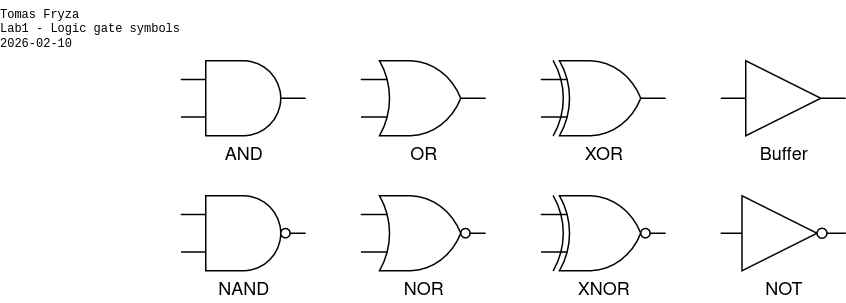
The draw.io diagram lab1-gates/images/gates.png in tomas-fryza/verilog-examples, before a commit. Source tidied: cells renumbered, new cells last; positions are measured from the earlier drawing's top-left corner, leaving out a move shared by most shapes.
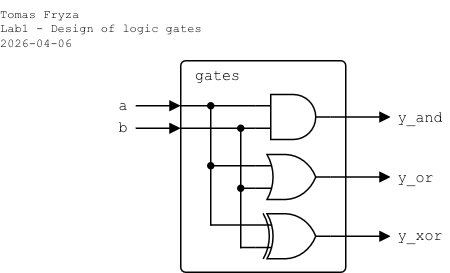
After the commit.

Diff of the diagram source:
```diff
@@ -2,32 +2,112 @@
   <root>
     <mxCell id="0" />
     <mxCell id="1" parent="0" />
-    <mxCell id="2" value="AND" style="verticalLabelPosition=bottom;shadow=0;dashed=0;align=center;html=1;verticalAlign=top;shape=mxgraph.electrical.logic_gates.logic_gate;operation=and;" parent="1" vertex="1">
-      <mxGeometry x="120" y="40" width="83.3" height="50" as="geometry" />
+    <mxCell id="2" value="gates" style="rounded=1;arcSize=3;whiteSpace=wrap;html=1;align=left;verticalAlign=top;fontFamily=Courier New;absoluteArcSize=0;fillColor=none;fontSize=10;spacingLeft=10;imageHeight=24;spacing=0;" parent="1" vertex="1">
+      <mxGeometry x="-640" y="-1121" width="110" height="141" as="geometry" />
     </mxCell>
-    <mxCell id="3" value="XOR" style="verticalLabelPosition=bottom;shadow=0;dashed=0;align=center;html=1;verticalAlign=top;shape=mxgraph.electrical.logic_gates.logic_gate;operation=xor;" parent="1" vertex="1">
-      <mxGeometry x="360" y="40" width="83.3" height="50" as="geometry" />
+    <mxCell id="3" style="verticalLabelPosition=bottom;shadow=0;dashed=0;align=center;html=1;verticalAlign=top;shape=mxgraph.electrical.logic_gates.logic_gate;operation=xor;" parent="1" vertex="1">
+      <mxGeometry x="-590" y="-1019" width="50" height="30" as="geometry" />
     </mxCell>
-    <mxCell id="4" value="XNOR" style="verticalLabelPosition=bottom;shadow=0;dashed=0;align=center;html=1;verticalAlign=top;shape=mxgraph.electrical.logic_gates.logic_gate;operation=xor;negating=1;negSize=0.15;" parent="1" vertex="1">
-      <mxGeometry x="360" y="130" width="83.3" height="50" as="geometry" />
+    <mxCell id="4" value="a" style="text;html=1;align=right;verticalAlign=middle;whiteSpace=wrap;rounded=0;fontFamily=Courier New;fontSize=10;fillOpacity=100;spacing=0;spacingLeft=0;spacingRight=5;" parent="1" vertex="1">
+      <mxGeometry x="-690" y="-1101" width="20" height="20" as="geometry" />
     </mxCell>
-    <mxCell id="5" value="NOR" style="verticalLabelPosition=bottom;shadow=0;dashed=0;align=center;html=1;verticalAlign=top;shape=mxgraph.electrical.logic_gates.logic_gate;operation=or;negating=1;negSize=0.15;" parent="1" vertex="1">
-      <mxGeometry x="240" y="130" width="83.3" height="50" as="geometry" />
+    <mxCell id="5" style="endArrow=none;html=1;rounded=0;endFill=0;endSize=5;startSize=5;entryX=0;entryY=0.25;entryDx=0;entryDy=0;entryPerimeter=0;" parent="1" edge="1" target="8">
+      <mxGeometry relative="1" as="geometry">
+        <mxPoint x="-640" y="-1091" as="sourcePoint" />
+      </mxGeometry>
     </mxCell>
-    <mxCell id="6" value="OR" style="verticalLabelPosition=bottom;shadow=0;dashed=0;align=center;html=1;verticalAlign=top;shape=mxgraph.electrical.logic_gates.logic_gate;operation=or;" parent="1" vertex="1">
-      <mxGeometry x="240" y="40" width="83.3" height="50" as="geometry" />
+    <mxCell id="6" style="endArrow=block;html=1;rounded=0;endFill=1;endSize=5;startSize=5;spacing=0;" parent="1" edge="1">
+      <mxGeometry relative="1" as="geometry">
+        <mxPoint x="-670" y="-1091" as="sourcePoint" />
+        <mxPoint x="-640" y="-1091" as="targetPoint" />
+      </mxGeometry>
     </mxCell>
-    <mxCell id="7" value="NAND" style="verticalLabelPosition=bottom;shadow=0;dashed=0;align=center;html=1;verticalAlign=top;shape=mxgraph.electrical.logic_gates.logic_gate;operation=and;negating=1;negSize=0.15;" parent="1" vertex="1">
-      <mxGeometry x="120" y="130" width="83.3" height="50" as="geometry" />
+    <mxCell id="7" value="&lt;div&gt;Tomas Fryza&lt;/div&gt;&lt;div&gt;Lab1 - Design of logic gates&lt;/div&gt;&lt;div&gt;2026-04-06&lt;/div&gt;" style="text;html=1;align=left;verticalAlign=top;whiteSpace=wrap;rounded=0;fontFamily=Courier New;fontSize=8;fillOpacity=100;spacing=0;spacingLeft=0;labelPosition=center;verticalLabelPosition=middle;" parent="1" vertex="1">
+      <mxGeometry x="-760" y="-1161" width="170" height="40" as="geometry" />
     </mxCell>
-    <mxCell id="8" value="NOT" style="verticalLabelPosition=bottom;shadow=0;dashed=0;align=center;html=1;verticalAlign=top;shape=mxgraph.electrical.logic_gates.inverter_2;" parent="1" vertex="1">
-      <mxGeometry x="480" y="130" width="83.3" height="50" as="geometry" />
+    <mxCell id="8" style="verticalLabelPosition=bottom;shadow=0;dashed=0;align=center;html=1;verticalAlign=top;shape=mxgraph.electrical.logic_gates.logic_gate;operation=and;" parent="1" vertex="1">
+      <mxGeometry x="-590" y="-1098.5" width="50" height="30" as="geometry" />
     </mxCell>
-    <mxCell id="9" value="&lt;div&gt;Tomas Fryza&lt;/div&gt;&lt;div&gt;Lab1 - Logic gate symbols&lt;/div&gt;&lt;div&gt;2026-02-10&lt;/div&gt;" style="text;html=1;align=left;verticalAlign=top;whiteSpace=wrap;rounded=0;fontFamily=Courier New;fontSize=8;fillOpacity=100;spacing=0;spacingLeft=0;labelPosition=center;verticalLabelPosition=middle;" parent="1" vertex="1">
-      <mxGeometry width="170" height="40" as="geometry" />
+    <mxCell id="9" style="verticalLabelPosition=bottom;shadow=0;dashed=0;align=center;html=1;verticalAlign=top;shape=mxgraph.electrical.logic_gates.logic_gate;operation=or;" parent="1" vertex="1">
+      <mxGeometry x="-590" y="-1058.5" width="50" height="30" as="geometry" />
     </mxCell>
-    <mxCell id="10" value="Buffer" style="verticalLabelPosition=bottom;shadow=0;dashed=0;align=center;html=1;verticalAlign=top;shape=mxgraph.electrical.logic_gates.buffer2;" parent="1" vertex="1">
-      <mxGeometry x="480" y="40" width="83.3" height="50" as="geometry" />
+    <mxCell id="10" value="b" style="text;html=1;align=right;verticalAlign=middle;whiteSpace=wrap;rounded=0;fontFamily=Courier New;fontSize=10;fillOpacity=100;spacing=0;spacingLeft=0;spacingRight=5;" parent="1" vertex="1">
+      <mxGeometry x="-690" y="-1086" width="20" height="20" as="geometry" />
     </mxCell>
+    <mxCell id="11" style="endArrow=none;html=1;rounded=0;endFill=0;endSize=5;startSize=5;" parent="1" edge="1">
+      <mxGeometry relative="1" as="geometry">
+        <mxPoint x="-640" y="-1076" as="sourcePoint" />
+        <mxPoint x="-590" y="-1076" as="targetPoint" />
+      </mxGeometry>
+    </mxCell>
+    <mxCell id="12" style="endArrow=block;html=1;rounded=0;endFill=1;endSize=5;startSize=5;spacing=0;" parent="1" edge="1">
+      <mxGeometry relative="1" as="geometry">
+        <mxPoint x="-670" y="-1076" as="sourcePoint" />
+        <mxPoint x="-640" y="-1076" as="targetPoint" />
+      </mxGeometry>
+    </mxCell>
+    <mxCell id="13" style="endArrow=none;html=1;rounded=0;endFill=0;endSize=4;startSize=4;startArrow=oval;startFill=1;" parent="1" edge="1">
+      <mxGeometry relative="1" as="geometry">
+        <mxPoint x="-620" y="-1051" as="sourcePoint" />
+        <mxPoint x="-590" y="-1051" as="targetPoint" />
+      </mxGeometry>
+    </mxCell>
+    <mxCell id="14" style="endArrow=none;html=1;rounded=0;endFill=0;endSize=4;startSize=4;startArrow=oval;startFill=1;" parent="1" edge="1">
+      <mxGeometry relative="1" as="geometry">
+        <mxPoint x="-600" y="-1036" as="sourcePoint" />
+        <mxPoint x="-590" y="-1036" as="targetPoint" />
+      </mxGeometry>
+    </mxCell>
+    <mxCell id="15" style="endArrow=none;html=1;rounded=0;endFill=0;endSize=4;startSize=4;startArrow=oval;startFill=1;" parent="1" edge="1">
+      <mxGeometry relative="1" as="geometry">
+        <mxPoint x="-620" y="-1091" as="sourcePoint" />
+        <mxPoint x="-620" y="-1011" as="targetPoint" />
+      </mxGeometry>
+    </mxCell>
+    <mxCell id="16" style="endArrow=none;html=1;rounded=0;endFill=0;endSize=4;startSize=4;startArrow=oval;startFill=1;" parent="1" edge="1">
+      <mxGeometry relative="1" as="geometry">
+        <mxPoint x="-600" y="-1076" as="sourcePoint" />
+        <mxPoint x="-600" y="-996" as="targetPoint" />
+      </mxGeometry>
+    </mxCell>
+    <mxCell id="17" style="endArrow=none;html=1;rounded=0;endFill=0;endSize=5;startSize=3;startArrow=none;startFill=0;" parent="1" edge="1">
+      <mxGeometry relative="1" as="geometry">
+        <mxPoint x="-620" y="-1011.5" as="sourcePoint" />
+        <mxPoint x="-590" y="-1011.5" as="targetPoint" />
+      </mxGeometry>
+    </mxCell>
+    <mxCell id="18" style="endArrow=none;html=1;rounded=0;endFill=0;endSize=5;startSize=3;startArrow=none;startFill=0;" parent="1" edge="1">
+      <mxGeometry relative="1" as="geometry">
+        <mxPoint x="-600" y="-996.5" as="sourcePoint" />
+        <mxPoint x="-590" y="-996.5" as="targetPoint" />
+      </mxGeometry>
+    </mxCell>
+    <mxCell id="19" style="endArrow=block;html=1;rounded=0;endFill=1;endSize=5;startSize=5;spacing=0;" parent="1" edge="1">
+      <mxGeometry relative="1" as="geometry">
+        <mxPoint x="-540" y="-1083.5" as="sourcePoint" />
+        <mxPoint x="-500" y="-1083.5" as="targetPoint" />
+      </mxGeometry>
+    </mxCell>
+    <mxCell id="20" value="y_and" style="text;html=1;align=left;verticalAlign=middle;whiteSpace=wrap;rounded=0;fontFamily=Courier New;fontSize=10;fillOpacity=100;spacing=0;spacingLeft=5;" parent="1" vertex="1">
+      <mxGeometry x="-500" y="-1093.5" width="40" height="20" as="geometry" />
+    </mxCell>
+    <mxCell id="21" style="endArrow=block;html=1;rounded=0;endFill=1;endSize=5;startSize=5;spacing=0;" parent="1" edge="1">
+      <mxGeometry relative="1" as="geometry">
+        <mxPoint x="-540" y="-1043.5" as="sourcePoint" />
+        <mxPoint x="-500" y="-1043.5" as="targetPoint" />
+      </mxGeometry>
+    </mxCell>
+    <mxCell id="22" value="y_or" style="text;html=1;align=left;verticalAlign=middle;whiteSpace=wrap;rounded=0;fontFamily=Courier New;fontSize=10;fillOpacity=100;spacing=0;spacingLeft=5;" parent="1" vertex="1">
+      <mxGeometry x="-500" y="-1053.5" width="30" height="20" as="geometry" />
+    </mxCell>
+    <mxCell id="23" style="endArrow=block;html=1;rounded=0;endFill=1;endSize=5;startSize=5;spacing=0;" parent="1" edge="1">
+      <mxGeometry relative="1" as="geometry">
+        <mxPoint x="-540" y="-1004" as="sourcePoint" />
+        <mxPoint x="-500" y="-1004" as="targetPoint" />
+      </mxGeometry>
+    </mxCell>
+    <mxCell id="24" value="y_xor" style="text;html=1;align=left;verticalAlign=middle;whiteSpace=wrap;rounded=0;fontFamily=Courier New;fontSize=10;fillOpacity=100;spacing=0;spacingLeft=5;" parent="1" vertex="1">
+      <mxGeometry x="-500" y="-1014" width="40" height="20" as="geometry" />
+    </mxCell>
   </root>
 </mxGraphModel>
```
